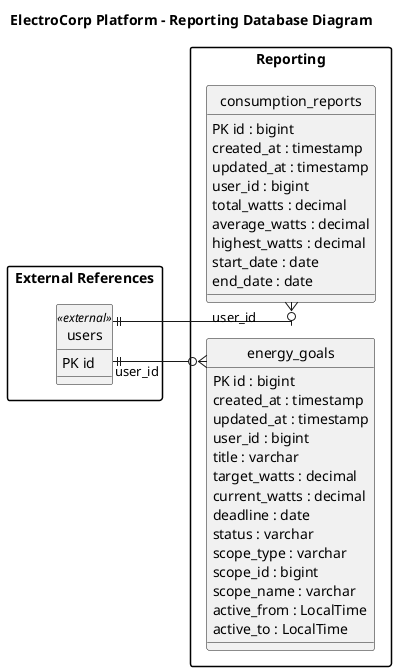
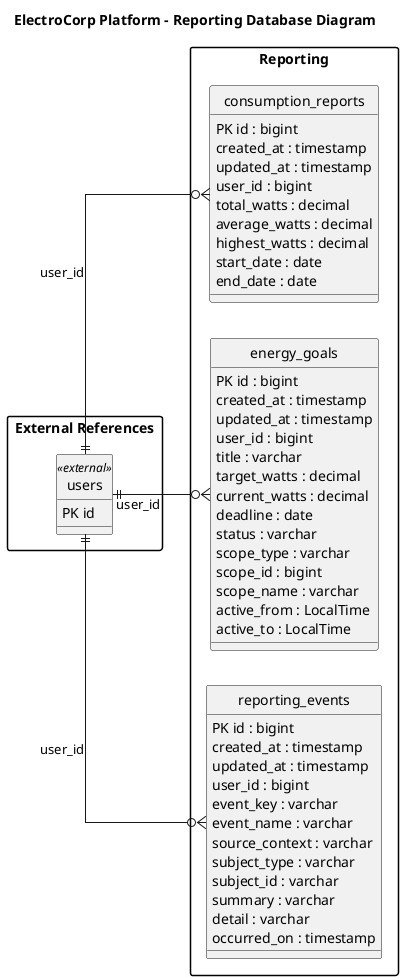
@startuml
title ElectroCorp Platform - Reporting Database Diagram
left to right direction
hide circle
skinparam linetype ortho
skinparam shadowing false
skinparam packageStyle rectangle
package "Reporting" {
  entity "consumption_reports" as consumption_reports {
    PK id : bigint
    created_at : timestamp
    updated_at : timestamp
    user_id : bigint
    total_watts : decimal
    average_watts : decimal
    highest_watts : decimal
    start_date : date
    end_date : date
  }
  entity "energy_goals" as energy_goals {
    PK id : bigint
    created_at : timestamp
    updated_at : timestamp
    user_id : bigint
    title : varchar
    target_watts : decimal
    current_watts : decimal
    deadline : date
    status : varchar
    scope_type : varchar
    scope_id : bigint
    scope_name : varchar
    active_from : LocalTime
    active_to : LocalTime
  }
+   entity "reporting_events" as reporting_events {
+     PK id : bigint
+     created_at : timestamp
+     updated_at : timestamp
+     user_id : bigint
+     event_key : varchar
+     event_name : varchar
+     source_context : varchar
+     subject_type : varchar
+     subject_id : varchar
+     summary : varchar
+     detail : varchar
+     occurred_on : timestamp
+   }
}

package "External References" {
  entity "users" as users <<external>> {
    PK id
  }
}

users ||--o{ consumption_reports : user_id
users ||--o{ energy_goals : user_id
+ users ||--o{ reporting_events : user_id

@enduml
